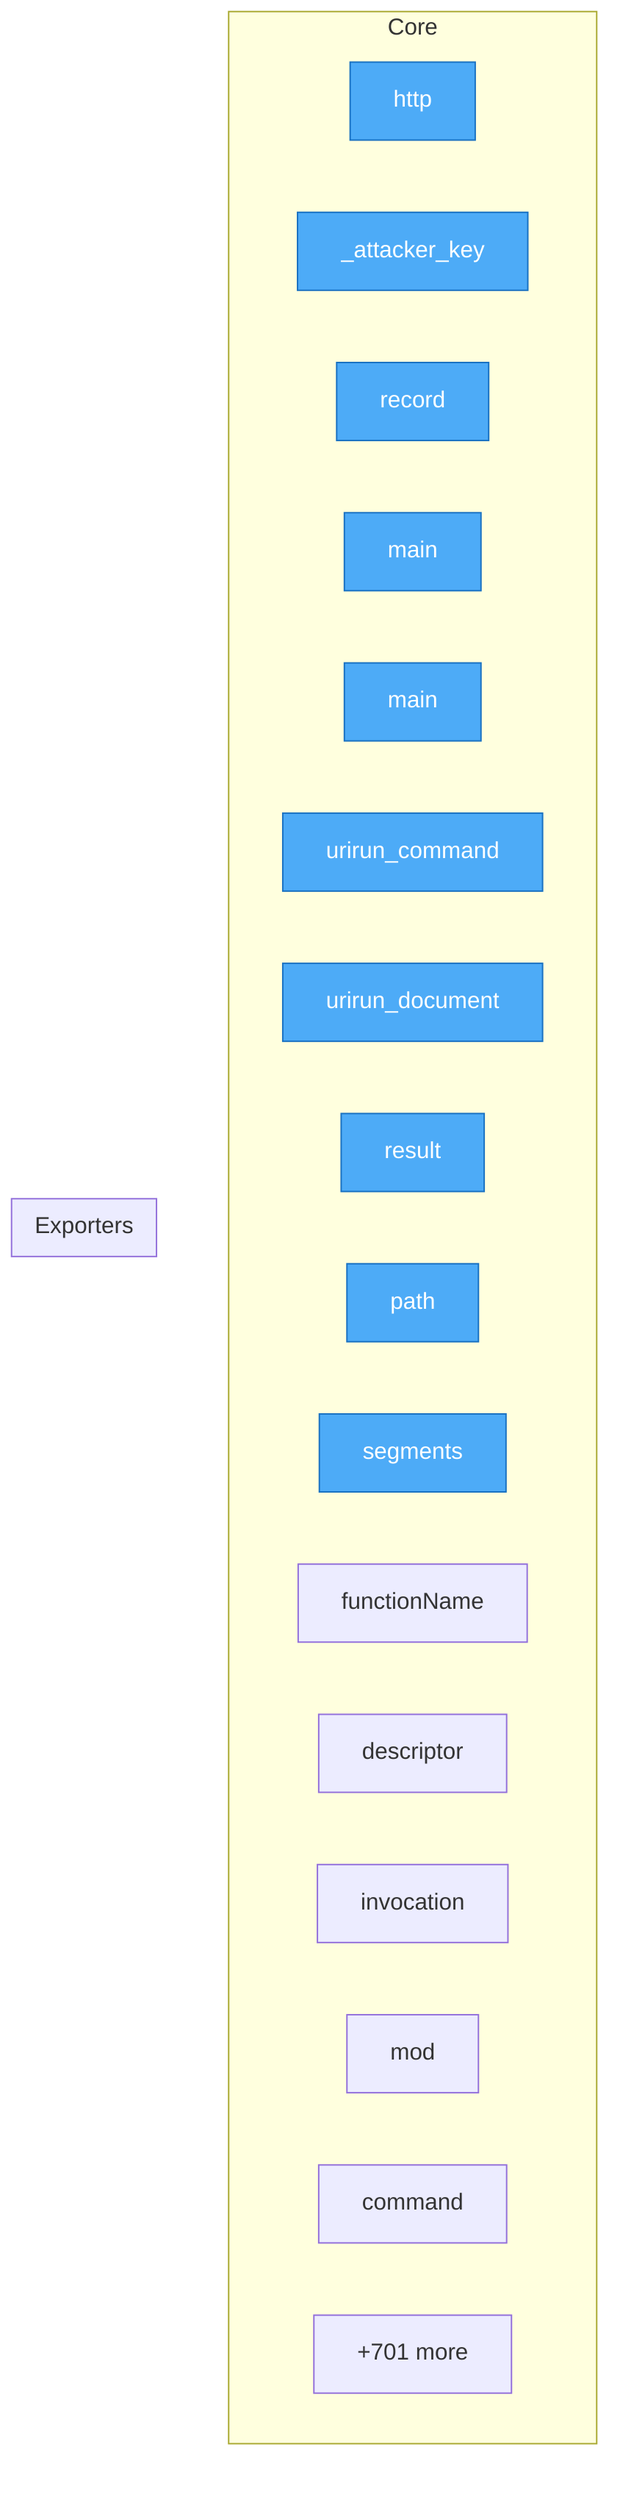
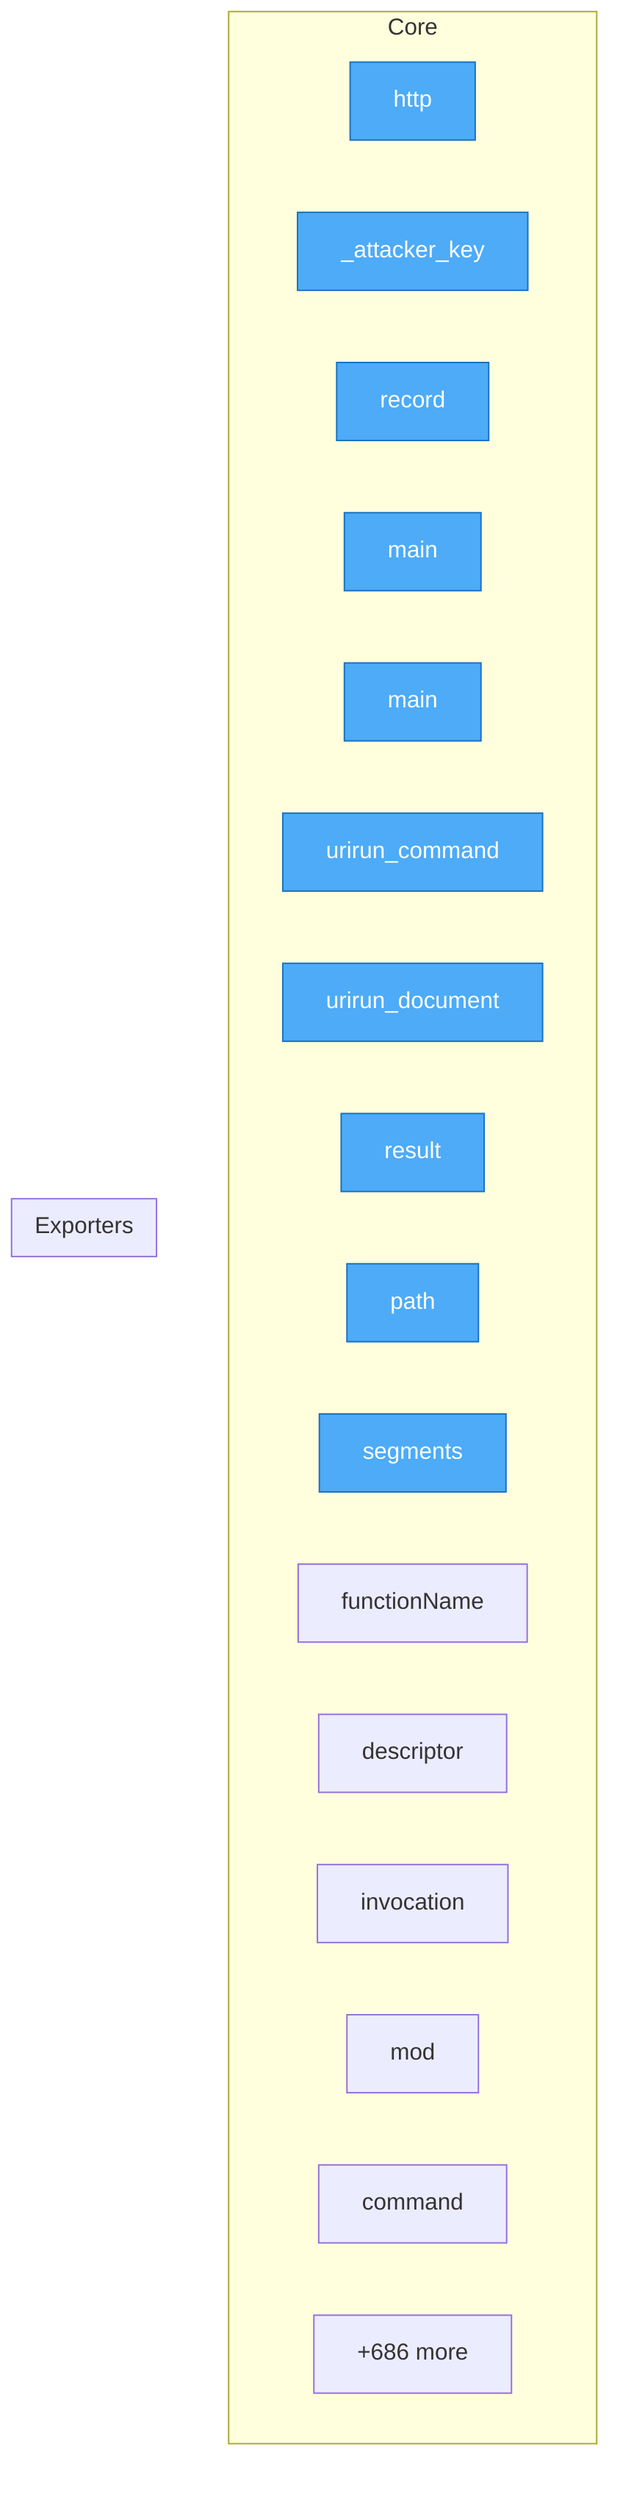
flowchart TD
%% generated in 0.04s

    %% Entry points (blue)
    classDef entry fill:#4dabf7,stroke:#1971c2,color:#fff

    subgraph Core
        security__mesh_probe__probe__http["http"]
        security__mesh_probe__probe___attacker_key["_attacker_key"]
        security__mesh_probe__probe__record["record"]
        adapters__conformance__main["main"]
        adapters__new_connector__main["main"]
        adapters__bash__urirun__urirun_command["urirun_command"]
        adapters__bash__urirun__urirun_document["urirun_document"]
        adapters__js__index__test__result["result"]
        adapters__js__path["path"]
        adapters__js__segments["segments"]
        adapters__js__functionName["functionName"]
        adapters__js__descriptor["descriptor"]
        adapters__js__invocation["invocation"]
        adapters__js__mod["mod"]
        adapters__java__Urirun__Urirun__command["command"]
-         ...["+701 more"]
+         ...["+686 more"]
    end

    subgraph Exporters
    end

    class security__mesh_probe__probe__http,security__mesh_probe__probe___attacker_key,security__mesh_probe__probe__record,adapters__conformance__main,adapters__new_connector__main,adapters__bash__urirun__urirun_command,adapters__bash__urirun__urirun_document,adapters__js__index__test__result,adapters__js__path,adapters__js__segments entry
